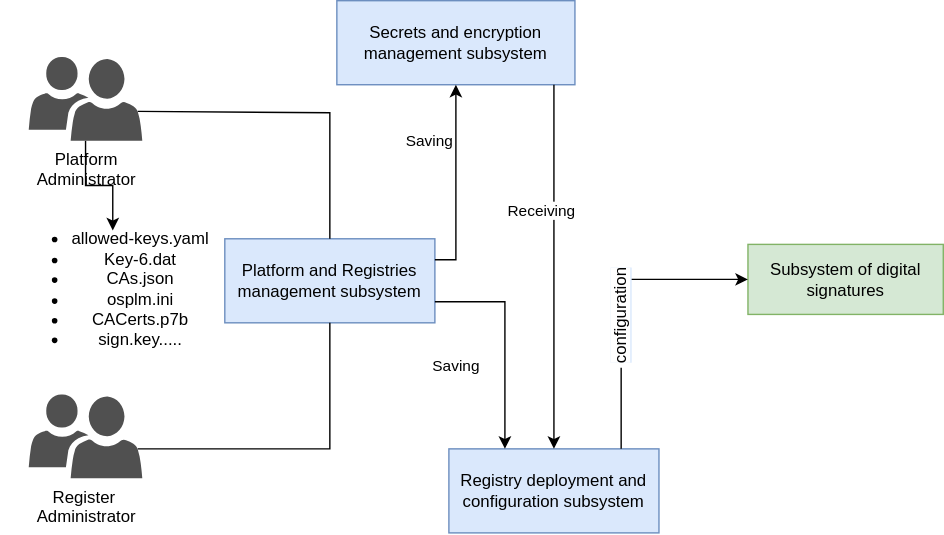
Earlier version of the draw.io export docs/en/modules/arch/images/architecture/platform/administrative/config-management/keys-update-subsystem.svg (epam/edp-ddm-architecture). Source tidied: cells renumbered, new cells last; positions are measured from the earlier drawing's top-left corner, leaving out a move shared by most shapes.
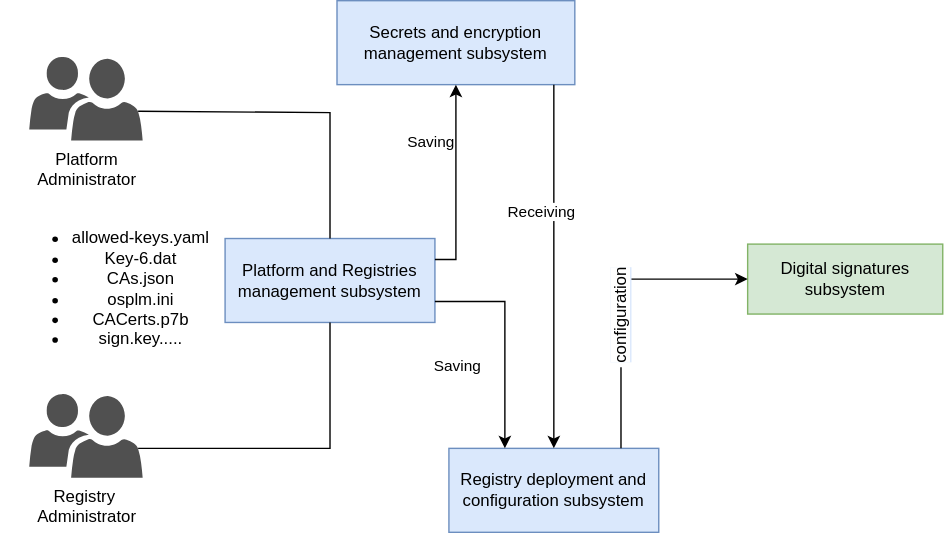
Above is the later version.

Commit message:
[EDP-DDM-27642] Corrected keys-update-config and keys-update-subsystem svg

Diff of the diagram source:
```diff
@@ -2,13 +2,10 @@
   <root>
     <mxCell id="0" />
     <mxCell id="1" parent="0" />
-    <mxCell id="2" style="edgeStyle=orthogonalEdgeStyle;rounded=0;jettySize=auto;html=1;" parent="1" edge="1" source="3" target="12">
-      <mxGeometry relative="1" as="geometry" />
-    </mxCell>
     <mxCell id="3" value="Platform &lt;br&gt;Administrator" style="sketch=0;shadow=0;dashed=0;html=1;strokeColor=none;labelPosition=center;verticalLabelPosition=bottom;verticalAlign=top;align=center;fillColor=#505050;shape=mxgraph.mscae.intune.user_group;" parent="1" vertex="1">
       <mxGeometry x="20" y="40" width="81.1" height="60" as="geometry" />
     </mxCell>
-    <mxCell id="4" value="Register&amp;nbsp;&lt;br&gt;Administrator" style="sketch=0;shadow=0;dashed=0;html=1;strokeColor=none;labelPosition=center;verticalLabelPosition=bottom;verticalAlign=top;align=center;fillColor=#505050;shape=mxgraph.mscae.intune.user_group;" parent="1" vertex="1">
+    <mxCell id="4" value="Registry&amp;nbsp;&lt;br&gt;Administrator" style="sketch=0;shadow=0;dashed=0;html=1;strokeColor=none;labelPosition=center;verticalLabelPosition=bottom;verticalAlign=top;align=center;fillColor=#505050;shape=mxgraph.mscae.intune.user_group;" parent="1" vertex="1">
       <mxGeometry x="20" y="281" width="81.1" height="60" as="geometry" />
     </mxCell>
     <mxCell id="5" value="Platform and Registries management subsystem" style="rounded=0;whiteSpace=wrap;html=1;fillColor=#dae8fc;strokeColor=#6c8ebf;" parent="1" vertex="1">
@@ -57,7 +54,7 @@
     <mxCell id="14" value="Receiving" style="edgeLabel;html=1;align=center;verticalAlign=middle;" parent="1" vertex="1">
       <mxGeometry x="385.5" y="150" as="geometry" />
     </mxCell>
-    <mxCell id="15" value="Subsystem of digital signatures" style="rounded=0;whiteSpace=wrap;html=1;fillColor=#d5e8d4;strokeColor=#82b366;" parent="1" vertex="1">
+    <mxCell id="15" value="Digital signatures subsystem" style="rounded=0;whiteSpace=wrap;html=1;fillColor=#d5e8d4;strokeColor=#82b366;" parent="1" vertex="1">
       <mxGeometry x="533.5" y="174" width="139.5" height="50" as="geometry" />
     </mxCell>
     <mxCell id="16" style="endArrow=classic;html=1;rounded=0;entryX=0;entryY=0.5;entryDx=0;entryDy=0;" parent="1" edge="1">
```
